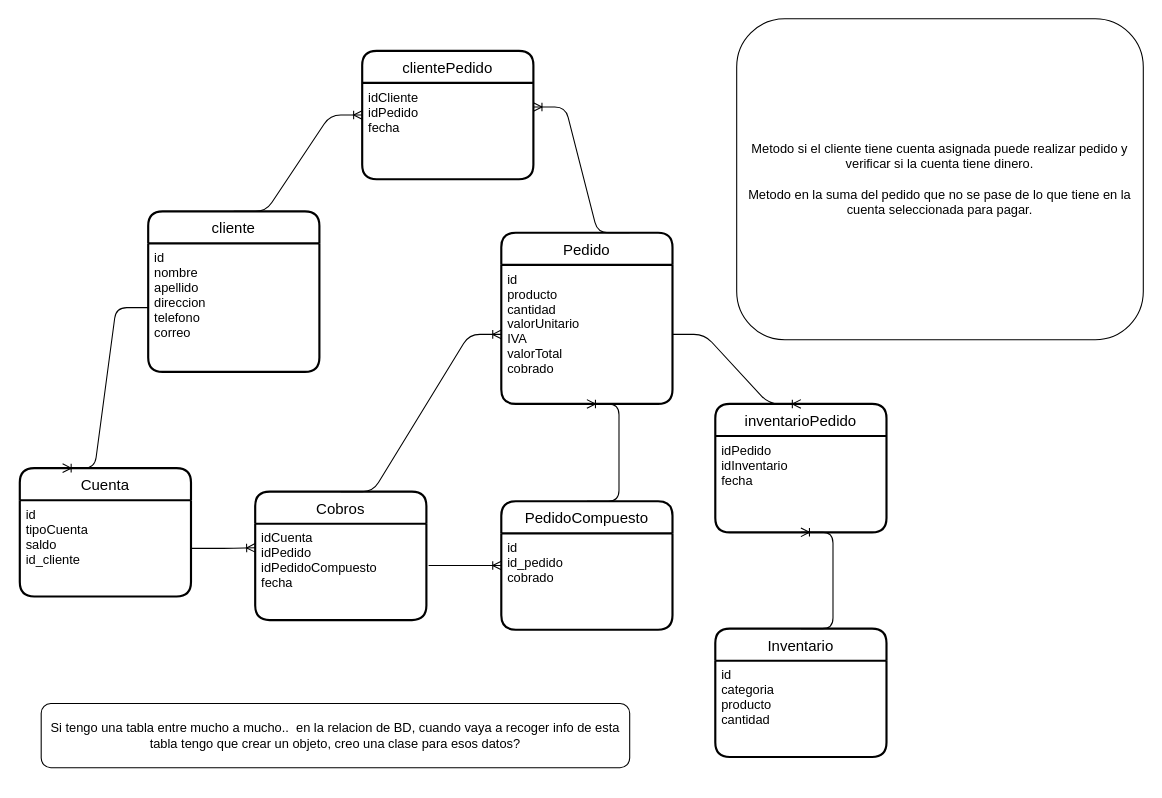
This is page "Page-3" (3 of 3) of Untitled Diagram.drawio from alejos17/MinTic2022-Ciclo2, a draw.io file, before an edit. Source tidied: cells renumbered, new cells numbered last; positions are measured from the earlier drawing's top-left corner, leaving out a move shared by most shapes. Both pictures are drawn from the tidied source at 107%, with x=0, y=0 at pixel (19, 18).
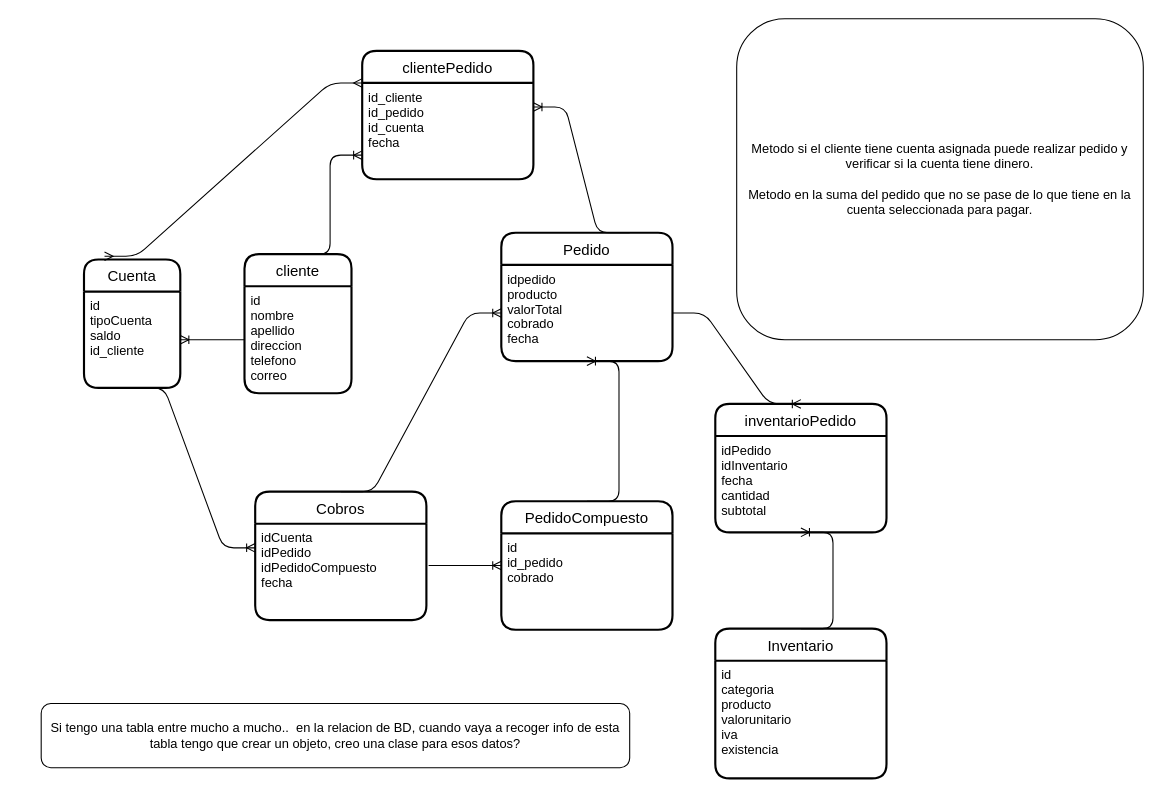
The same diagram, later.

The change refers to these unchanged cells:
```xml
<mxCell id="10" value="clientePedido" style="swimlane;horizontal=1;startSize=30;rounded=1;fontSize=14;fontStyle=0;strokeWidth=2;shadow=0;dashed=0;align=center;" parent="1" vertex="1">
  <mxGeometry x="320" y="30" width="160" height="120" as="geometry" />
</mxCell>
<mxCell id="14" value="inventarioPedido" style="swimlane;horizontal=1;startSize=30;rounded=1;fontSize=14;fontStyle=0;strokeWidth=2;shadow=0;dashed=0;align=center;" parent="1" vertex="1">
  <mxGeometry x="650" y="360" width="160" height="120" as="geometry" />
</mxCell>
<mxCell id="19" value="idCuenta&#10;idPedido&#10;idPedidoCompuesto&#10;fecha" style="align=left;strokeColor=none;fillColor=none;spacingLeft=4;fontSize=12;verticalAlign=top;" parent="18" vertex="1">
  <mxGeometry y="30" width="160" height="90" as="geometry" />
</mxCell>
```

Change to the diagram source:
```diff
@@
     <mxCell id="2" value="cliente" style="swimlane;horizontal=1;startSize=30;rounded=1;fontSize=14;fontStyle=0;strokeWidth=2;shadow=0;dashed=0;align=center;" parent="1" vertex="1">
-      <mxGeometry x="120" y="180" width="160" height="150" as="geometry" />
+      <mxGeometry x="210" y="220" width="100" height="130" as="geometry" />
     </mxCell>
     <mxCell id="3" value="id&#10;nombre&#10;apellido&#10;direccion&#10;telefono&#10;correo&#10;" style="align=left;strokeColor=none;fillColor=none;spacingLeft=4;fontSize=12;verticalAlign=top;" parent="2" vertex="1">
-      <mxGeometry y="30" width="160" height="120" as="geometry" />
+      <mxGeometry y="30" width="100" height="100" as="geometry" />
     </mxCell>
     <mxCell id="4" value="Cuenta" style="swimlane;horizontal=1;startSize=30;rounded=1;fontSize=14;fontStyle=0;strokeWidth=2;shadow=0;dashed=0;align=center;" parent="1" vertex="1">
-      <mxGeometry y="420" width="160" height="120" as="geometry" />
+      <mxGeometry x="60" y="225" width="90" height="120" as="geometry" />
     </mxCell>
     <mxCell id="5" value="id&#10;tipoCuenta&#10;saldo&#10;id_cliente&#10;" style="align=left;strokeColor=none;fillColor=none;spacingLeft=4;fontSize=12;verticalAlign=top;" parent="4" vertex="1">
-      <mxGeometry y="30" width="160" height="90" as="geometry" />
+      <mxGeometry y="30" width="90" height="90" as="geometry" />
     </mxCell>
     <mxCell id="6" value="Pedido" style="swimlane;horizontal=1;startSize=30;rounded=1;fontSize=14;fontStyle=0;strokeWidth=2;shadow=0;dashed=0;align=center;" parent="1" vertex="1">
-      <mxGeometry x="450" y="200" width="160" height="160" as="geometry" />
+      <mxGeometry x="450" y="200" width="160" height="120" as="geometry" />
     </mxCell>
-    <mxCell id="7" value="id&#10;producto&#10;cantidad&#10;valorUnitario&#10;IVA&#10;valorTotal&#10;cobrado&#10;" style="align=left;strokeColor=none;fillColor=none;spacingLeft=4;fontSize=12;verticalAlign=top;" parent="6" vertex="1">
-      <mxGeometry y="30" width="160" height="130" as="geometry" />
+    <mxCell id="7" value="idpedido&#10;producto&#10;valorTotal&#10;cobrado&#10;fecha&#10;" style="align=left;strokeColor=none;fillColor=none;spacingLeft=4;fontSize=12;verticalAlign=top;" parent="6" vertex="1">
+      <mxGeometry y="30" width="160" height="90" as="geometry" />
     </mxCell>
     <mxCell id="8" value="Inventario" style="swimlane;horizontal=1;startSize=30;rounded=1;fontSize=14;fontStyle=0;strokeWidth=2;shadow=0;dashed=0;align=center;" parent="1" vertex="1">
-      <mxGeometry x="650" y="570" width="160" height="120" as="geometry" />
+      <mxGeometry x="650" y="570" width="160" height="140" as="geometry" />
     </mxCell>
-    <mxCell id="9" value="id&#10;categoria&#10;producto&#10;cantidad&#10;" style="align=left;strokeColor=none;fillColor=none;spacingLeft=4;fontSize=12;verticalAlign=top;" parent="8" vertex="1">
-      <mxGeometry y="30" width="160" height="90" as="geometry" />
+    <mxCell id="9" value="id&#10;categoria&#10;producto&#10;valorunitario&#10;iva&#10;existencia&#10;&#10;" style="align=left;strokeColor=none;fillColor=none;spacingLeft=4;fontSize=12;verticalAlign=top;" parent="8" vertex="1">
+      <mxGeometry y="30" width="160" height="110" as="geometry" />
     </mxCell>
@@
-    <mxCell id="11" value="idCliente&#10;idPedido&#10;fecha&#10;" style="align=left;strokeColor=none;fillColor=none;spacingLeft=4;fontSize=12;verticalAlign=top;" parent="10" vertex="1">
+    <mxCell id="11" value="id_cliente&#10;id_pedido&#10;id_cuenta&#10;fecha&#10;" style="align=left;strokeColor=none;fillColor=none;spacingLeft=4;fontSize=12;verticalAlign=top;" parent="10" vertex="1">
       <mxGeometry y="30" width="160" height="90" as="geometry" />
     </mxCell>
-    <mxCell id="12" style="edgeStyle=entityRelationEdgeStyle;fontSize=12;html=1;endArrow=ERoneToMany;entryX=0;entryY=0.5;entryDx=0;entryDy=0;exitX=0.5;exitY=0;exitDx=0;exitDy=0;" parent="1" edge="1" source="2" target="10">
+    <mxCell id="12" style="edgeStyle=entityRelationEdgeStyle;fontSize=12;html=1;endArrow=ERoneToMany;entryX=0;entryY=0.75;entryDx=0;entryDy=0;exitX=0.5;exitY=0;exitDx=0;exitDy=0;" parent="1" edge="1" source="2" target="11">
       <mxGeometry relative="1" as="geometry" />
     </mxCell>
@@
-    <mxCell id="15" value="idPedido&#10;idInventario&#10;fecha&#10;" style="align=left;strokeColor=none;fillColor=none;spacingLeft=4;fontSize=12;verticalAlign=top;" parent="14" vertex="1">
+    <mxCell id="15" value="idPedido&#10;idInventario&#10;fecha&#10;cantidad&#10;subtotal&#10;" style="align=left;strokeColor=none;fillColor=none;spacingLeft=4;fontSize=12;verticalAlign=top;" parent="14" vertex="1">
       <mxGeometry y="30" width="160" height="90" as="geometry" />
     </mxCell>
@@
-    <mxCell id="21" style="edgeStyle=entityRelationEdgeStyle;fontSize=12;html=1;endArrow=ERoneToMany;exitX=1;exitY=0.5;exitDx=0;exitDy=0;entryX=0;entryY=0.25;entryDx=0;entryDy=0;" parent="1" edge="1" source="5" target="19">
+    <mxCell id="21" style="edgeStyle=entityRelationEdgeStyle;fontSize=12;html=1;endArrow=ERoneToMany;exitX=0.5;exitY=1;exitDx=0;exitDy=0;entryX=0;entryY=0.25;entryDx=0;entryDy=0;" parent="1" edge="1" source="5" target="19">
       <mxGeometry relative="1" as="geometry" />
     </mxCell>
@@
-    <mxCell id="28" style="edgeStyle=entityRelationEdgeStyle;fontSize=12;html=1;endArrow=ERoneToMany;exitX=0;exitY=0.5;exitDx=0;exitDy=0;entryX=0.25;entryY=0;entryDx=0;entryDy=0;" parent="1" edge="1" source="3" target="4">
+    <mxCell id="28" style="edgeStyle=entityRelationEdgeStyle;fontSize=12;html=1;endArrow=ERoneToMany;exitX=0;exitY=0.5;exitDx=0;exitDy=0;entryX=1;entryY=0.5;entryDx=0;entryDy=0;" parent="1" edge="1" source="3" target="5">
       <mxGeometry relative="1" as="geometry" />
     </mxCell>
+    <mxCell id="29" style="edgeStyle=entityRelationEdgeStyle;fontSize=12;html=1;endArrow=ERmany;startArrow=ERmany;entryX=0;entryY=0;entryDx=0;entryDy=0;exitX=0.213;exitY=-0.025;exitDx=0;exitDy=0;exitPerimeter=0;" parent="1" edge="1" source="4" target="11">
+      <mxGeometry relative="1" as="geometry" />
+    </mxCell>
```
